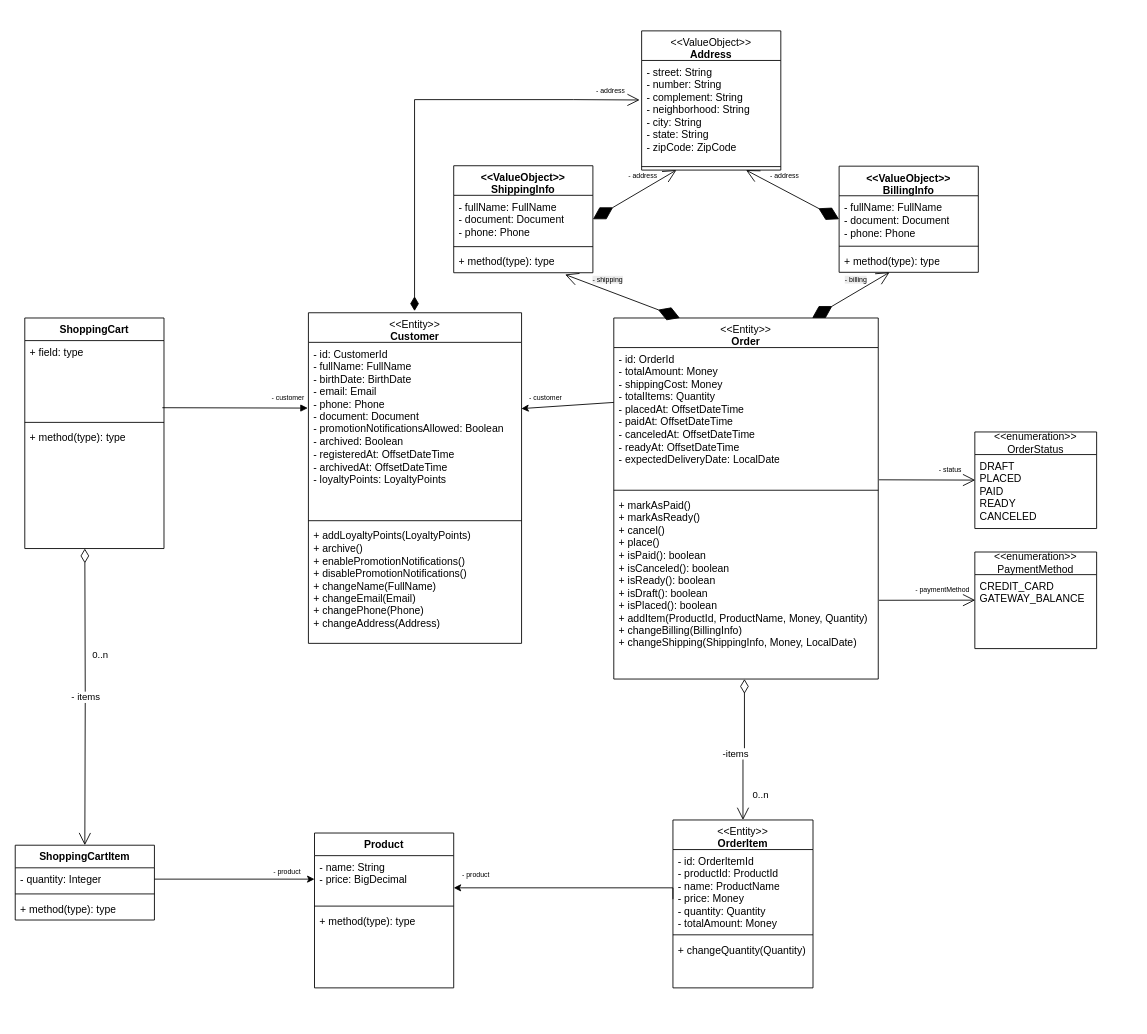
The draw.io diagram algashop.drawio in cadugr/algashop-docs, before the edit. Source tidied: cells renumbered, new cells numbered last; positions are measured from the earlier drawing's top-left corner, leaving out a move shared by most shapes. Both pictures are drawn from the tidied source at 87%, with x=0, y=0 at pixel (15, 30).
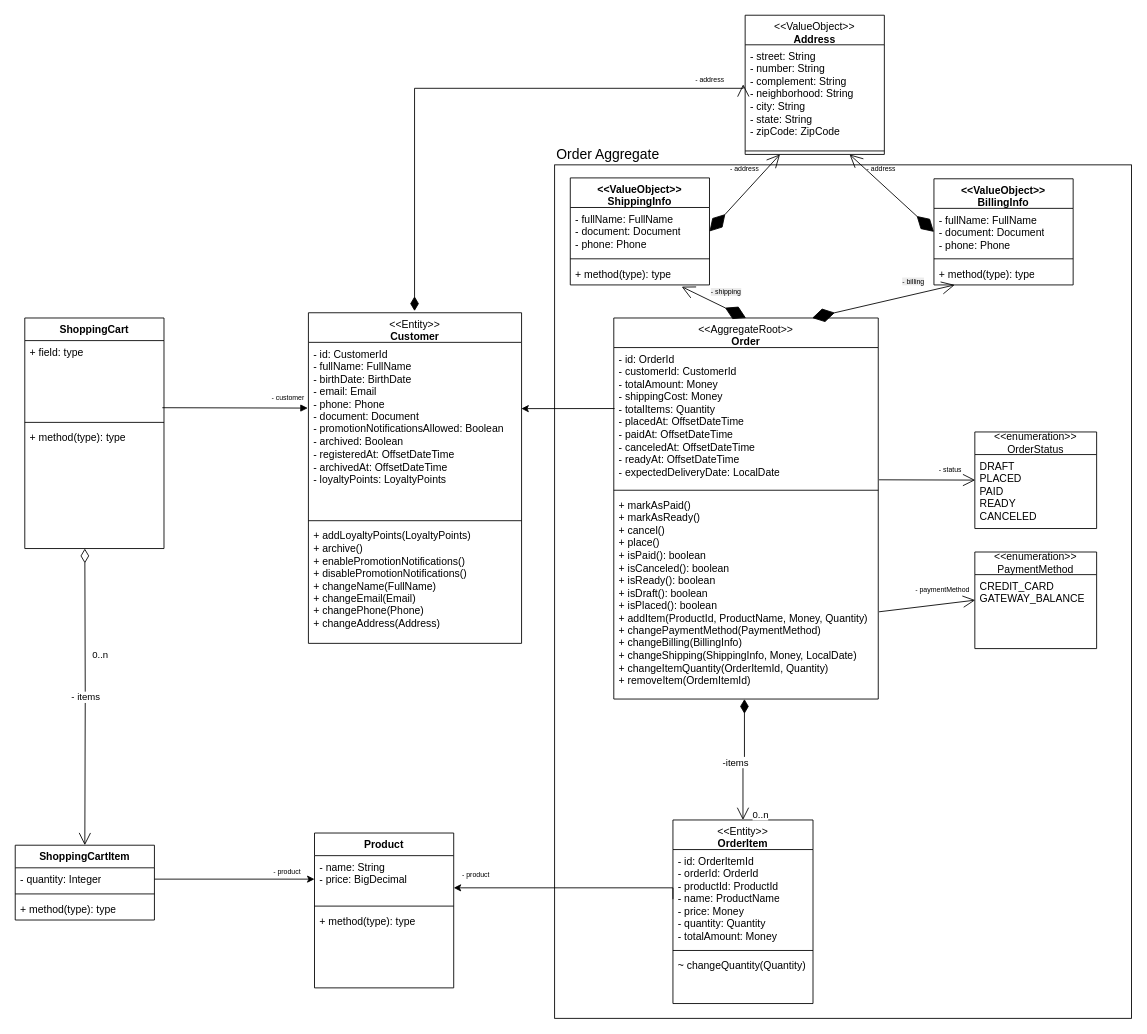
After the change.

Commit message:
Modeling Aggregates

The change refers to these unchanged cells:
```xml
<mxCell id="3" value="&lt;div&gt;- id: CustomerId&lt;/div&gt;- fullName: FullName&lt;div&gt;- birthDate: BirthDate&lt;br&gt;&lt;div&gt;- email: Email&lt;/div&gt;&lt;div&gt;- phone: Phone&lt;/div&gt;&lt;div&gt;- document: Document&lt;/div&gt;&lt;div&gt;- promotionNotificationsAllowed: Boolean&lt;/div&gt;&lt;div&gt;- archived: Boolean&lt;/div&gt;&lt;/div&gt;&lt;div&gt;- registeredAt: OffsetDateTime&lt;/div&gt;&lt;div&gt;- archivedAt:&amp;nbsp;&lt;span style=&quot;background-color: transparent; color: light-dark(rgb(0, 0, 0), rgb(255, 255, 255));&quot;&gt;OffsetDateTime&lt;/span&gt;&lt;/div&gt;&lt;div&gt;&lt;span style=&quot;background-color: transparent; color: light-dark(rgb(0, 0, 0), rgb(255, 255, 255));&quot;&gt;- loyaltyPoints: LoyaltyPoints&lt;/span&gt;&lt;/div&gt;" style="text;strokeColor=none;fillColor=none;align=left;verticalAlign=top;spacingLeft=4;spacingRight=4;overflow=hidden;points=[[0,0.5],[1,0.5]];portConstraint=eastwest;whiteSpace=wrap;html=1;" parent="2" vertex="1">
  <mxGeometry y="34" width="245" height="201" as="geometry" />
</mxCell>
<mxCell id="19" value="- street: String&lt;div&gt;- number: String&lt;/div&gt;&lt;div&gt;- complement: String&lt;/div&gt;&lt;div&gt;- neighborhood: String&lt;/div&gt;&lt;div&gt;- city: String&lt;/div&gt;&lt;div&gt;- state: String&lt;/div&gt;&lt;div&gt;- zipCode: ZipCode&lt;/div&gt;" style="text;strokeColor=none;fillColor=none;align=left;verticalAlign=top;spacingLeft=4;spacingRight=4;overflow=hidden;points=[[0,0.5],[1,0.5]];portConstraint=eastwest;whiteSpace=wrap;html=1;" parent="18" vertex="1">
  <mxGeometry y="34" width="160" height="118" as="geometry" />
</mxCell>
<mxCell id="46" value="+ method(type): type" style="text;strokeColor=none;fillColor=none;align=left;verticalAlign=top;spacingLeft=4;spacingRight=4;overflow=hidden;points=[[0,0.5],[1,0.5]];portConstraint=eastwest;whiteSpace=wrap;html=1;" parent="43" vertex="1">
  <mxGeometry y="97" width="160" height="26" as="geometry" />
</mxCell>
```

Change to the diagram source:
```diff
@@
+    <mxCell id="67" style="rounded=0;whiteSpace=wrap;html=1;" parent="1" vertex="1">
+      <mxGeometry x="620" y="154" width="663" height="981" as="geometry" />
+    </mxCell>
@@
-    <mxCell id="10" value="&lt;div&gt;&lt;span style=&quot;font-weight: normal;&quot;&gt;&amp;lt;&amp;lt;Entity&amp;gt;&amp;gt;&lt;/span&gt;&lt;/div&gt;Order" style="swimlane;fontStyle=1;align=center;verticalAlign=top;horizontal=1;startSize=34;whiteSpace=wrap;html=1;" parent="1" vertex="1">
-      <mxGeometry x="688" y="330" width="304" height="415" as="geometry" />
+    <mxCell id="10" value="&lt;div&gt;&lt;span style=&quot;font-weight: normal;&quot;&gt;&amp;lt;&amp;lt;AggregateRoot&amp;gt;&amp;gt;&lt;/span&gt;&lt;/div&gt;Order" style="swimlane;fontStyle=1;align=center;verticalAlign=top;horizontal=1;startSize=34;whiteSpace=wrap;html=1;" parent="1" vertex="1">
+      <mxGeometry x="688" y="330" width="304" height="438" as="geometry" />
     </mxCell>
-    <mxCell id="11" value="- id: OrderId&lt;div&gt;- totalAmount: Money&lt;/div&gt;&lt;div&gt;- shippingCost: Money&lt;/div&gt;&lt;div&gt;- totalItems: Quantity&lt;/div&gt;&lt;div&gt;- placedAt: OffsetDateTime&lt;/div&gt;&lt;div&gt;- paidAt:&amp;nbsp;&lt;span style=&quot;background-color: transparent; color: light-dark(rgb(0, 0, 0), rgb(255, 255, 255));&quot;&gt;OffsetDateTime&lt;/span&gt;&lt;/div&gt;&lt;div&gt;&lt;span style=&quot;background-color: transparent; color: light-dark(rgb(0, 0, 0), rgb(255, 255, 255));&quot;&gt;- canceledAt:&amp;nbsp;&lt;/span&gt;&lt;span style=&quot;background-color: transparent; color: light-dark(rgb(0, 0, 0), rgb(255, 255, 255));&quot;&gt;OffsetDateTime&lt;/span&gt;&lt;/div&gt;&lt;div&gt;&lt;span style=&quot;background-color: transparent; color: light-dark(rgb(0, 0, 0), rgb(255, 255, 255));&quot;&gt;- readyAt:&amp;nbsp;&lt;/span&gt;&lt;span style=&quot;background-color: transparent; color: light-dark(rgb(0, 0, 0), rgb(255, 255, 255));&quot;&gt;OffsetDateTime&lt;/span&gt;&lt;/div&gt;&lt;div&gt;&lt;span style=&quot;background-color: transparent; color: light-dark(rgb(0, 0, 0), rgb(255, 255, 255));&quot;&gt;- expectedDeliveryDate: LocalDate&lt;/span&gt;&lt;/div&gt;" style="text;strokeColor=none;fillColor=none;align=left;verticalAlign=top;spacingLeft=4;spacingRight=4;overflow=hidden;points=[[0,0.5],[1,0.5]];portConstraint=eastwest;whiteSpace=wrap;html=1;" parent="10" vertex="1">
+    <mxCell id="11" value="- id: OrderId&lt;div&gt;- customerId: CustomerId&lt;br&gt;&lt;div&gt;- totalAmount: Money&lt;/div&gt;&lt;div&gt;- shippingCost: Money&lt;/div&gt;&lt;div&gt;- totalItems: Quantity&lt;/div&gt;&lt;div&gt;- placedAt: OffsetDateTime&lt;/div&gt;&lt;div&gt;- paidAt:&amp;nbsp;&lt;span style=&quot;background-color: transparent; color: light-dark(rgb(0, 0, 0), rgb(255, 255, 255));&quot;&gt;OffsetDateTime&lt;/span&gt;&lt;/div&gt;&lt;div&gt;&lt;span style=&quot;background-color: transparent; color: light-dark(rgb(0, 0, 0), rgb(255, 255, 255));&quot;&gt;- canceledAt:&amp;nbsp;&lt;/span&gt;&lt;span style=&quot;background-color: transparent; color: light-dark(rgb(0, 0, 0), rgb(255, 255, 255));&quot;&gt;OffsetDateTime&lt;/span&gt;&lt;/div&gt;&lt;div&gt;&lt;span style=&quot;background-color: transparent; color: light-dark(rgb(0, 0, 0), rgb(255, 255, 255));&quot;&gt;- readyAt:&amp;nbsp;&lt;/span&gt;&lt;span style=&quot;background-color: transparent; color: light-dark(rgb(0, 0, 0), rgb(255, 255, 255));&quot;&gt;OffsetDateTime&lt;/span&gt;&lt;/div&gt;&lt;div&gt;&lt;span style=&quot;background-color: transparent; color: light-dark(rgb(0, 0, 0), rgb(255, 255, 255));&quot;&gt;- expectedDeliveryDate: LocalDate&lt;/span&gt;&lt;/div&gt;&lt;div&gt;&lt;br&gt;&lt;/div&gt;&lt;/div&gt;" style="text;strokeColor=none;fillColor=none;align=left;verticalAlign=top;spacingLeft=4;spacingRight=4;overflow=hidden;points=[[0,0.5],[1,0.5]];portConstraint=eastwest;whiteSpace=wrap;html=1;" parent="10" vertex="1">
       <mxGeometry y="34" width="304" height="160" as="geometry" />
     </mxCell>
@@
-    <mxCell id="13" value="+ markAsPaid()&lt;div&gt;+ markAsReady()&lt;/div&gt;&lt;div&gt;+ cancel()&lt;/div&gt;&lt;div&gt;+ place()&lt;/div&gt;&lt;div&gt;+ isPaid(): boolean&lt;/div&gt;&lt;div&gt;+ isCanceled(): boolean&lt;/div&gt;&lt;div&gt;+ isReady(): boolean&lt;/div&gt;&lt;div&gt;+ isDraft(): boolean&lt;/div&gt;&lt;div&gt;+ isPlaced(): boolean&lt;/div&gt;&lt;div&gt;+ addItem(ProductId, ProductName, Money, Quantity)&lt;/div&gt;&lt;div&gt;+ changeBilling(BillingInfo)&lt;/div&gt;&lt;div&gt;+ changeShipping(ShippingInfo, Money, LocalDate)&lt;/div&gt;&lt;div&gt;&lt;br&gt;&lt;/div&gt;" style="text;strokeColor=none;fillColor=none;align=left;verticalAlign=top;spacingLeft=4;spacingRight=4;overflow=hidden;points=[[0,0.5],[1,0.5]];portConstraint=eastwest;whiteSpace=wrap;html=1;" parent="10" vertex="1">
-      <mxGeometry y="202" width="304" height="213" as="geometry" />
+    <mxCell id="13" value="+ markAsPaid()&lt;div&gt;+ markAsReady()&lt;/div&gt;&lt;div&gt;+ cancel()&lt;/div&gt;&lt;div&gt;+ place()&lt;/div&gt;&lt;div&gt;+ isPaid(): boolean&lt;/div&gt;&lt;div&gt;+ isCanceled(): boolean&lt;/div&gt;&lt;div&gt;+ isReady(): boolean&lt;/div&gt;&lt;div&gt;+ isDraft(): boolean&lt;/div&gt;&lt;div&gt;+ isPlaced(): boolean&lt;/div&gt;&lt;div&gt;+ addItem(ProductId, ProductName, Money, Quantity)&lt;/div&gt;&lt;div&gt;+ changePaymentMethod(PaymentMethod)&lt;/div&gt;&lt;div&gt;+ changeBilling(BillingInfo)&lt;/div&gt;&lt;div&gt;+ changeShipping(ShippingInfo, Money, LocalDate)&lt;/div&gt;&lt;div&gt;+ changeItemQuantity(OrderItemId, Quantity)&lt;/div&gt;&lt;div&gt;+ removeItem(OrdemItemId)&lt;/div&gt;&lt;div&gt;&lt;br&gt;&lt;/div&gt;" style="text;strokeColor=none;fillColor=none;align=left;verticalAlign=top;spacingLeft=4;spacingRight=4;overflow=hidden;points=[[0,0.5],[1,0.5]];portConstraint=eastwest;whiteSpace=wrap;html=1;" parent="10" vertex="1">
+      <mxGeometry y="202" width="304" height="236" as="geometry" />
     </mxCell>
@@
     <mxCell id="18" value="&lt;div&gt;&lt;span style=&quot;font-weight: normal;&quot;&gt;&amp;lt;&amp;lt;ValueObject&amp;gt;&amp;gt;&lt;/span&gt;&lt;/div&gt;Address" style="swimlane;fontStyle=1;align=center;verticalAlign=top;horizontal=1;startSize=34;whiteSpace=wrap;html=1;" parent="1" vertex="1">
-      <mxGeometry x="720" width="160" height="160" as="geometry" />
+      <mxGeometry x="839" y="-18" width="160" height="160" as="geometry" />
     </mxCell>
@@
-    <mxCell id="21" style="endArrow=none;startArrow=classic;endFill=0;startFill=1;html=1;rounded=0;exitX=0.999;exitY=0.379;exitDx=0;exitDy=0;exitPerimeter=0;entryX=0;entryY=0.394;entryDx=0;entryDy=0;entryPerimeter=0;" parent="1" edge="1" source="3" target="11">
+    <mxCell id="21" style="endArrow=none;startArrow=classic;endFill=0;startFill=1;html=1;rounded=0;exitX=0.999;exitY=0.379;exitDx=0;exitDy=0;exitPerimeter=0;entryX=0.003;entryY=0.438;entryDx=0;entryDy=0;entryPerimeter=0;" parent="1" edge="1" source="3" target="11">
       <mxGeometry relative="1" as="geometry" />
     </mxCell>
-    <mxCell id="22" value="- customer" style="text;strokeColor=none;fillColor=none;align=left;verticalAlign=top;spacingLeft=4;spacingRight=4;overflow=hidden;whiteSpace=wrap;html=1;fontSize=8;" parent="1" vertex="1">
-      <mxGeometry x="585" y="411" width="85" height="18" as="geometry" />
-    </mxCell>
@@
     <mxCell id="29" value="&lt;div&gt;&lt;span style=&quot;font-weight: normal;&quot;&gt;&amp;lt;&amp;lt;Entity&amp;gt;&amp;gt;&lt;/span&gt;&lt;/div&gt;OrderItem" style="swimlane;fontStyle=1;align=center;verticalAlign=top;horizontal=1;startSize=34;whiteSpace=wrap;html=1;" parent="1" vertex="1">
-      <mxGeometry x="756" y="907" width="161" height="193" as="geometry" />
+      <mxGeometry x="756" y="907" width="161" height="211" as="geometry" />
     </mxCell>
-    <mxCell id="30" value="- id: OrderItemId&lt;div&gt;- productId: ProductId&lt;/div&gt;&lt;div&gt;- name: ProductName&lt;/div&gt;&lt;div&gt;- price: Money&lt;/div&gt;&lt;div&gt;- quantity: Quantity&lt;/div&gt;&lt;div&gt;- totalAmount: Money&lt;/div&gt;" style="text;strokeColor=none;fillColor=none;align=left;verticalAlign=top;spacingLeft=4;spacingRight=4;overflow=hidden;whiteSpace=wrap;html=1;" parent="29" vertex="1">
-      <mxGeometry y="34" width="161" height="94" as="geometry" />
+    <mxCell id="30" value="- id: OrderItemId&lt;div&gt;- orderId: OrderId&lt;br&gt;&lt;div&gt;- productId: ProductId&lt;/div&gt;&lt;div&gt;- name: ProductName&lt;/div&gt;&lt;div&gt;- price: Money&lt;/div&gt;&lt;div&gt;- quantity: Quantity&lt;/div&gt;&lt;div&gt;- totalAmount: Money&lt;/div&gt;&lt;/div&gt;" style="text;strokeColor=none;fillColor=none;align=left;verticalAlign=top;spacingLeft=4;spacingRight=4;overflow=hidden;whiteSpace=wrap;html=1;" parent="29" vertex="1">
+      <mxGeometry y="34" width="161" height="112" as="geometry" />
     </mxCell>
     <mxCell id="31" style="line;strokeWidth=1;fillColor=none;align=left;verticalAlign=middle;spacingTop=-1;spacingLeft=3;spacingRight=3;labelPosition=right;strokeColor=inherit;" parent="29" vertex="1">
-      <mxGeometry y="128" width="161" height="8" as="geometry" />
+      <mxGeometry y="146" width="161" height="8" as="geometry" />
     </mxCell>
-    <mxCell id="32" value="+ changeQuantity(Quantity)" style="text;strokeColor=none;fillColor=none;align=left;verticalAlign=top;spacingLeft=4;spacingRight=4;overflow=hidden;whiteSpace=wrap;html=1;" parent="29" vertex="1">
-      <mxGeometry y="136" width="161" height="57" as="geometry" />
+    <mxCell id="32" value="~ changeQuantity(Quantity)" style="text;strokeColor=none;fillColor=none;align=left;verticalAlign=top;spacingLeft=4;spacingRight=4;overflow=hidden;whiteSpace=wrap;html=1;" parent="29" vertex="1">
+      <mxGeometry y="154" width="161" height="57" as="geometry" />
     </mxCell>
@@
-    <mxCell id="37" value="-items" style="endArrow=open;html=1;endSize=12;startArrow=diamondThin;startSize=14;startFill=0;edgeStyle=orthogonalEdgeStyle;rounded=0;entryX=0.5;entryY=0;entryDx=0;entryDy=0;exitX=0.494;exitY=1;exitDx=0;exitDy=0;exitPerimeter=0;" parent="1" edge="1" source="13" target="29">
+    <mxCell id="37" value="-items" style="endArrow=open;html=1;endSize=12;startArrow=diamondThin;startSize=14;startFill=1;edgeStyle=orthogonalEdgeStyle;rounded=0;entryX=0.5;entryY=0;entryDx=0;entryDy=0;exitX=0.494;exitY=1;exitDx=0;exitDy=0;exitPerimeter=0;" parent="1" edge="1" source="13" target="29">
       <mxGeometry x="0.07" y="-9" relative="1" as="geometry" />
     </mxCell>
@@
     <mxCell id="41" style="endArrow=open;html=1;endSize=12;startArrow=diamondThin;startSize=14;startFill=1;edgeStyle=orthogonalEdgeStyle;align=left;verticalAlign=bottom;rounded=0;entryX=-0.014;entryY=0.385;entryDx=0;entryDy=0;entryPerimeter=0;" parent="1" edge="1" target="19">
       <mxGeometry x="-0.97" relative="1" as="geometry">
         <mxPoint x="459" y="322" as="sourcePoint" />
         <Array as="points">
-          <mxPoint x="459" y="79" />
-          <mxPoint x="642" y="79" />
+          <mxPoint x="459" y="66" />
         </Array>
       </mxGeometry>
     </mxCell>
     <mxCell id="42" value="- address" style="text;strokeColor=none;fillColor=none;align=left;verticalAlign=top;spacingLeft=4;spacingRight=4;overflow=hidden;whiteSpace=wrap;html=1;fontSize=8;" parent="1" vertex="1">
-      <mxGeometry x="699" y="155.5" width="85" height="18" as="geometry" />
+      <mxGeometry x="816" y="147" width="85" height="18" as="geometry" />
     </mxCell>
     <mxCell id="43" value="&lt;div&gt;&amp;lt;&amp;lt;ValueObject&amp;gt;&amp;gt;&lt;/div&gt;ShippingInfo" style="swimlane;fontStyle=1;align=center;verticalAlign=top;horizontal=1;startSize=34;whiteSpace=wrap;html=1;" parent="1" vertex="1">
-      <mxGeometry x="504" y="155" width="160" height="123" as="geometry" />
+      <mxGeometry x="638" y="169" width="160" height="123" as="geometry" />
     </mxCell>
@@
     <mxCell id="47" value="&lt;div&gt;&amp;lt;&amp;lt;ValueObject&amp;gt;&amp;gt;&lt;/div&gt;BillingInfo" style="swimlane;fontStyle=1;align=center;verticalAlign=top;horizontal=1;startSize=34;whiteSpace=wrap;html=1;" parent="1" vertex="1">
-      <mxGeometry x="947" y="155.5" width="160" height="122" as="geometry" />
+      <mxGeometry x="1056" y="170" width="160" height="122" as="geometry" />
     </mxCell>
@@
-    <mxCell id="51" style="endArrow=diamondThin;endFill=1;endSize=24;html=1;rounded=0;exitX=0.8;exitY=1.077;exitDx=0;exitDy=0;exitPerimeter=0;entryX=0.25;entryY=0;entryDx=0;entryDy=0;startArrow=open;startFill=0;startSize=13;" parent="1" edge="1" source="46" target="10">
+    <mxCell id="51" style="endArrow=diamondThin;endFill=1;endSize=24;html=1;rounded=0;exitX=0.8;exitY=1.077;exitDx=0;exitDy=0;exitPerimeter=0;entryX=0.5;entryY=0;entryDx=0;entryDy=0;startArrow=open;startFill=0;startSize=13;" parent="1" edge="1" source="46" target="10">
       <mxGeometry relative="1" as="geometry" />
     </mxCell>
@@
     <mxCell id="55" value="&lt;span style=&quot;color: rgb(0, 0, 0); font-family: Helvetica; font-size: 8px; font-style: normal; font-variant-ligatures: normal; font-variant-caps: normal; font-weight: 400; letter-spacing: normal; orphans: 2; text-align: left; text-indent: 0px; text-transform: none; widows: 2; word-spacing: 0px; -webkit-text-stroke-width: 0px; white-space: normal; background-color: rgb(236, 236, 236); text-decoration-thickness: initial; text-decoration-style: initial; text-decoration-color: initial; display: inline !important; float: none;&quot;&gt;- shipping&lt;/span&gt;" style="text;whiteSpace=wrap;html=1;" parent="1" vertex="1">
-      <mxGeometry x="662" y="271" width="62" height="37" as="geometry" />
+      <mxGeometry x="798" y="285" width="62" height="37" as="geometry" />
     </mxCell>
     <mxCell id="56" value="&lt;span style=&quot;color: rgb(0, 0, 0); font-family: Helvetica; font-size: 8px; font-style: normal; font-variant-ligatures: normal; font-variant-caps: normal; font-weight: 400; letter-spacing: normal; orphans: 2; text-align: left; text-indent: 0px; text-transform: none; widows: 2; word-spacing: 0px; -webkit-text-stroke-width: 0px; white-space: normal; background-color: rgb(236, 236, 236); text-decoration-thickness: initial; text-decoration-style: initial; text-decoration-color: initial; display: inline !important; float: none;&quot;&gt;- billing&lt;/span&gt;" style="text;whiteSpace=wrap;html=1;" parent="1" vertex="1">
-      <mxGeometry x="952" y="271" width="62" height="37" as="geometry" />
+      <mxGeometry x="1018" y="273" width="62" height="37" as="geometry" />
     </mxCell>
     <mxCell id="57" value="- address" style="text;strokeColor=none;fillColor=none;align=left;verticalAlign=top;spacingLeft=4;spacingRight=4;overflow=hidden;whiteSpace=wrap;html=1;fontSize=8;" parent="1" vertex="1">
-      <mxGeometry x="662" y="58" width="85" height="18" as="geometry" />
+      <mxGeometry x="776" y="45" width="85" height="18" as="geometry" />
     </mxCell>
     <mxCell id="58" value="- address" style="text;strokeColor=none;fillColor=none;align=left;verticalAlign=top;spacingLeft=4;spacingRight=4;overflow=hidden;whiteSpace=wrap;html=1;fontSize=8;" parent="1" vertex="1">
-      <mxGeometry x="862" y="155.5" width="85" height="18" as="geometry" />
+      <mxGeometry x="973" y="147" width="85" height="18" as="geometry" />
     </mxCell>
@@
+    <mxCell id="68" value="&lt;font style=&quot;font-size: 16px;&quot;&gt;Order Aggregate&lt;/font&gt;" style="text;html=1;align=center;verticalAlign=middle;whiteSpace=wrap;rounded=0;" parent="1" vertex="1">
+      <mxGeometry x="615" y="127" width="133" height="30" as="geometry" />
+    </mxCell>
```
